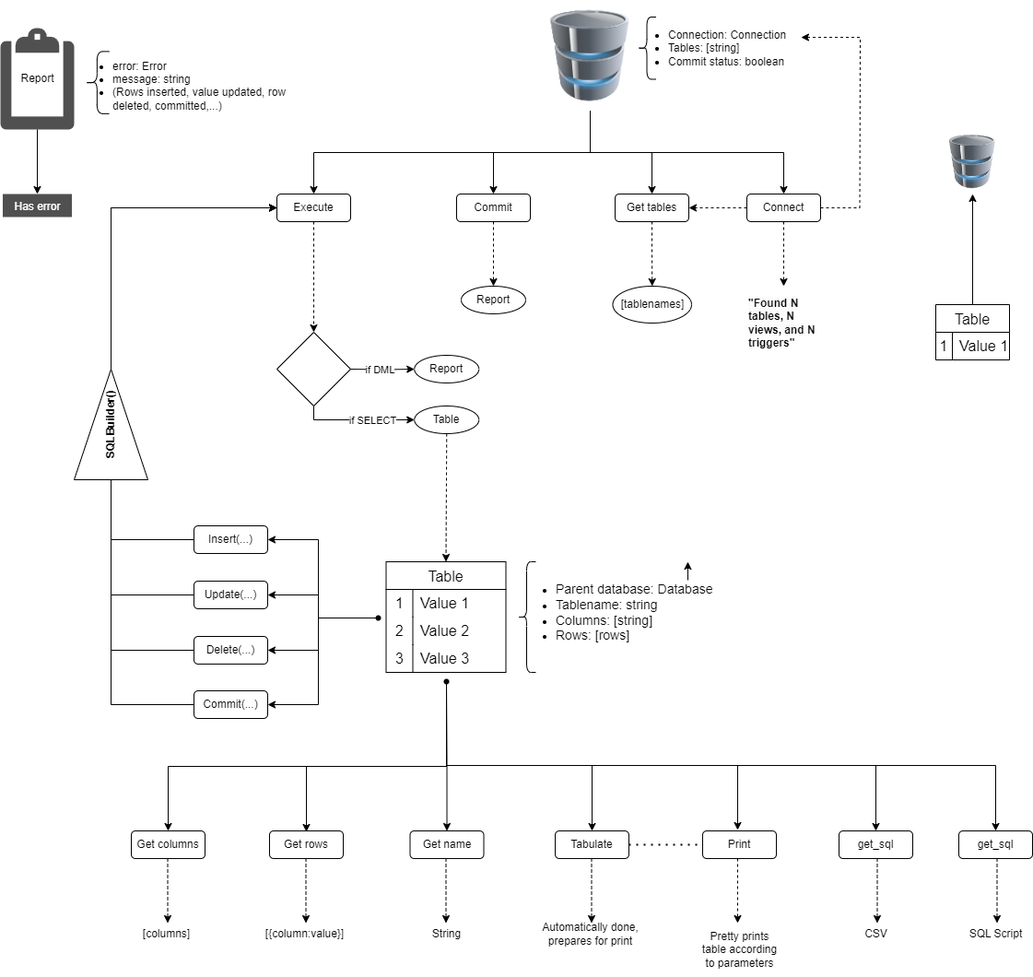
Above: perfect-database-class.drawio.png in bytesmith-ahmad/sqlite-module (draw.io), before the change. Source tidied: cells renumbered, new cells last; positions are measured from the earlier drawing's top-left corner, leaving out a move shared by most shapes.
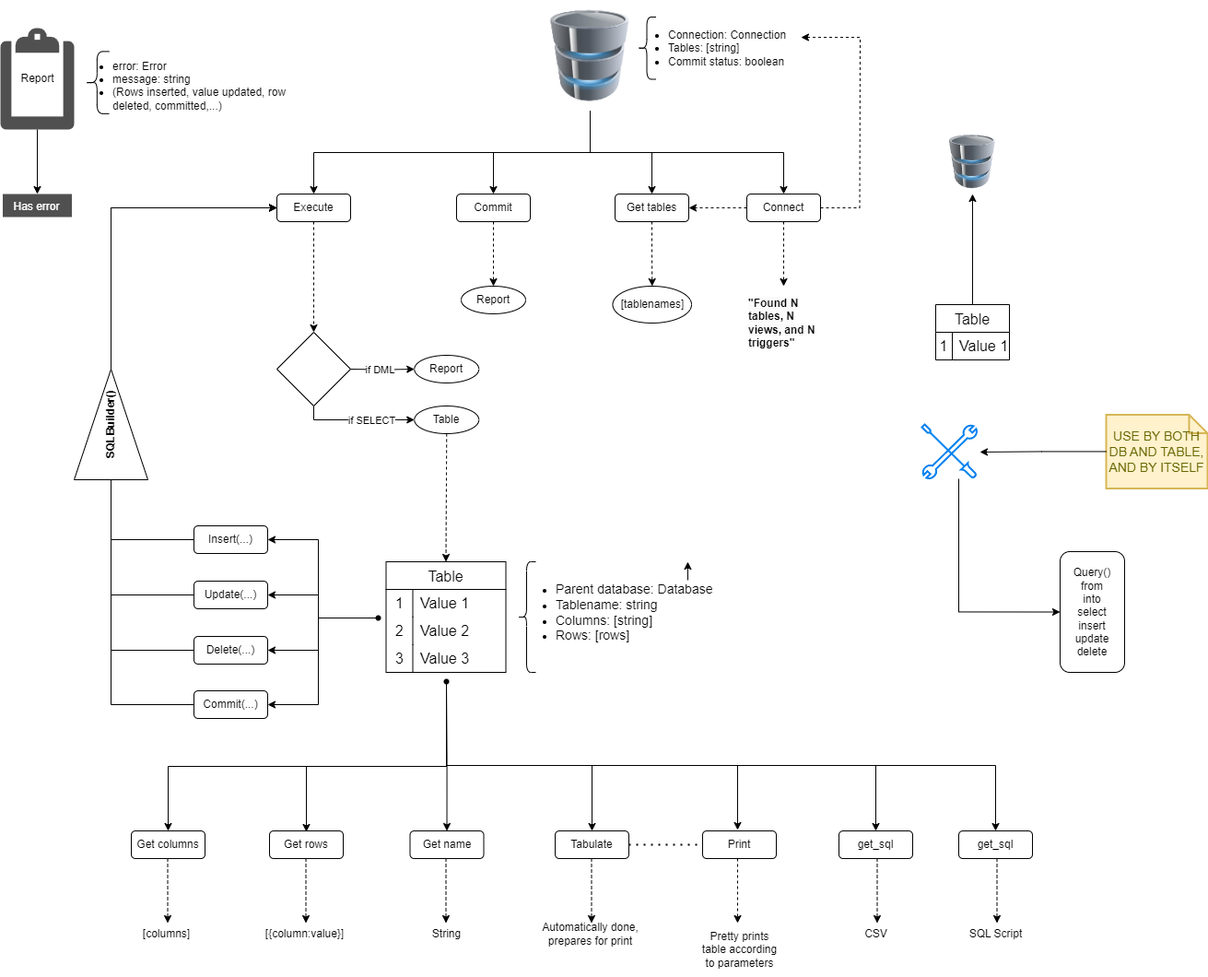
After the commit.

Change to the diagram source:
```diff
@@ -434,5 +434,24 @@
     <mxCell id="102" value="SQL Script" style="text;html=1;align=center;verticalAlign=middle;strokeColor=none;fillColor=none;" parent="1" vertex="1">
       <mxGeometry x="1040" y="998" width="80" height="30" as="geometry" />
     </mxCell>
+    <mxCell id="103" style="edgeStyle=orthogonalEdgeStyle;rounded=0;jettySize=auto;html=1;entryX=0;entryY=0.5;entryDx=0;entryDy=0;" parent="1" edge="1" source="104" target="105">
+      <mxGeometry relative="1" as="geometry">
+        <Array as="points">
+          <mxPoint x="1040" y="663" />
+        </Array>
+      </mxGeometry>
+    </mxCell>
+    <mxCell id="104" style="html=1;verticalLabelPosition=bottom;align=center;labelBackgroundColor=#ffffff;verticalAlign=top;strokeWidth=2;strokeColor=#0080F0;shadow=0;dashed=0;shape=mxgraph.ios7.icons.tools;" parent="1" vertex="1">
+      <mxGeometry x="1000" y="460" width="60" height="59" as="geometry" />
+    </mxCell>
+    <mxCell id="105" value="Query()&lt;div&gt;from&lt;/div&gt;&lt;div&gt;into&lt;/div&gt;&lt;div&gt;select&lt;/div&gt;&lt;div&gt;insert&lt;/div&gt;&lt;div&gt;update&lt;/div&gt;&lt;div&gt;delete&lt;/div&gt;" style="rounded=1;whiteSpace=wrap;html=1;" parent="1" vertex="1">
+      <mxGeometry x="1150" y="598" width="70" height="131" as="geometry" />
+    </mxCell>
+    <mxCell id="106" value="USE BY BOTH DB AND TABLE, AND BY ITSELF" style="shape=note;strokeWidth=2;fontSize=14;size=20;whiteSpace=wrap;html=1;fillColor=#fff2cc;strokeColor=#d6b656;fontColor=#666600;" parent="1" vertex="1">
+      <mxGeometry x="1200" y="449.5" width="110" height="80" as="geometry" />
+    </mxCell>
+    <mxCell id="107" style="edgeStyle=orthogonalEdgeStyle;rounded=0;jettySize=auto;html=1;entryX=1.05;entryY=0.508;entryDx=0;entryDy=0;entryPerimeter=0;" parent="1" edge="1" source="106" target="104">
+      <mxGeometry relative="1" as="geometry" />
+    </mxCell>
   </root>
 </mxGraphModel>
```
